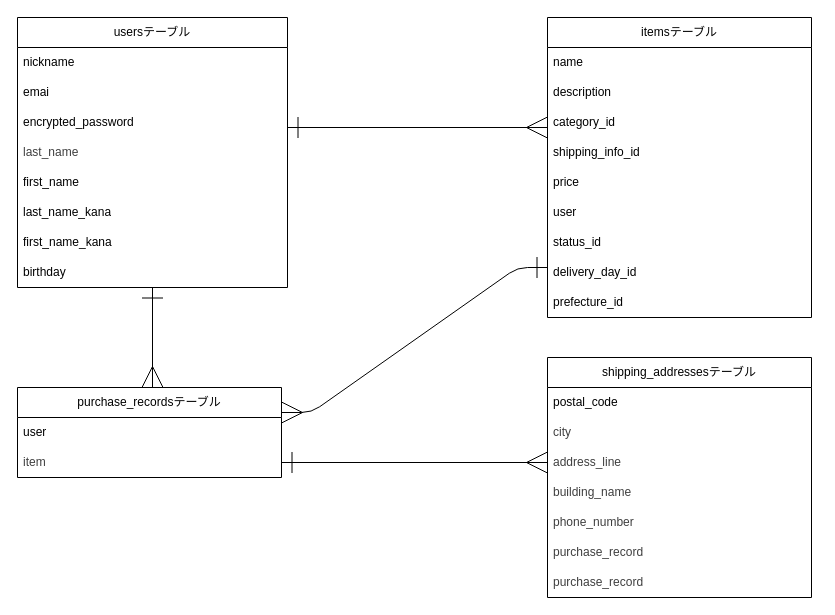
This is test.dio from DICEDICE13/furima-42236, a draw.io file, before an edit. Source tidied: cells renumbered, new cells numbered last; positions are measured from the earlier drawing's top-left corner, leaving out a move shared by most shapes. Both pictures are drawn from the tidied source at 100%, with x=0, y=0 at pixel (17, 17).
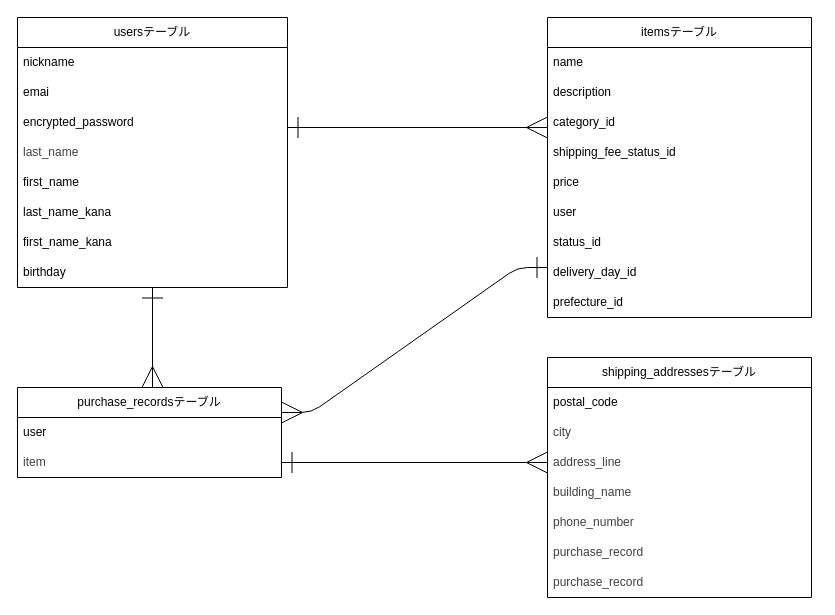
The same diagram, later.

Unchanged cells that the change refers to:
```xml
<mxCell id="2" style="group;" parent="1" vertex="1">
  <mxGeometry x="530" width="270" height="300" as="geometry" />
</mxCell>
```

Diff of the diagram source:
```diff
@@
-    <mxCell id="4" value="&lt;div&gt;&lt;span style=&quot;background-color: transparent;&quot;&gt;shipping_info_id&lt;/span&gt;&lt;/div&gt;" style="text;strokeColor=none;fillColor=none;align=left;verticalAlign=middle;spacingLeft=4;spacingRight=4;overflow=hidden;whiteSpace=wrap;html=1;" parent="2" vertex="1">
+    <mxCell id="4" value="&lt;div&gt;&lt;span style=&quot;background-color: transparent;&quot;&gt;shipping_fee_status_id&lt;/span&gt;&lt;/div&gt;" style="text;strokeColor=none;fillColor=none;align=left;verticalAlign=middle;spacingLeft=4;spacingRight=4;overflow=hidden;whiteSpace=wrap;html=1;" parent="2" vertex="1">
       <mxGeometry y="120" width="270" height="30" as="geometry" />
     </mxCell>
```
